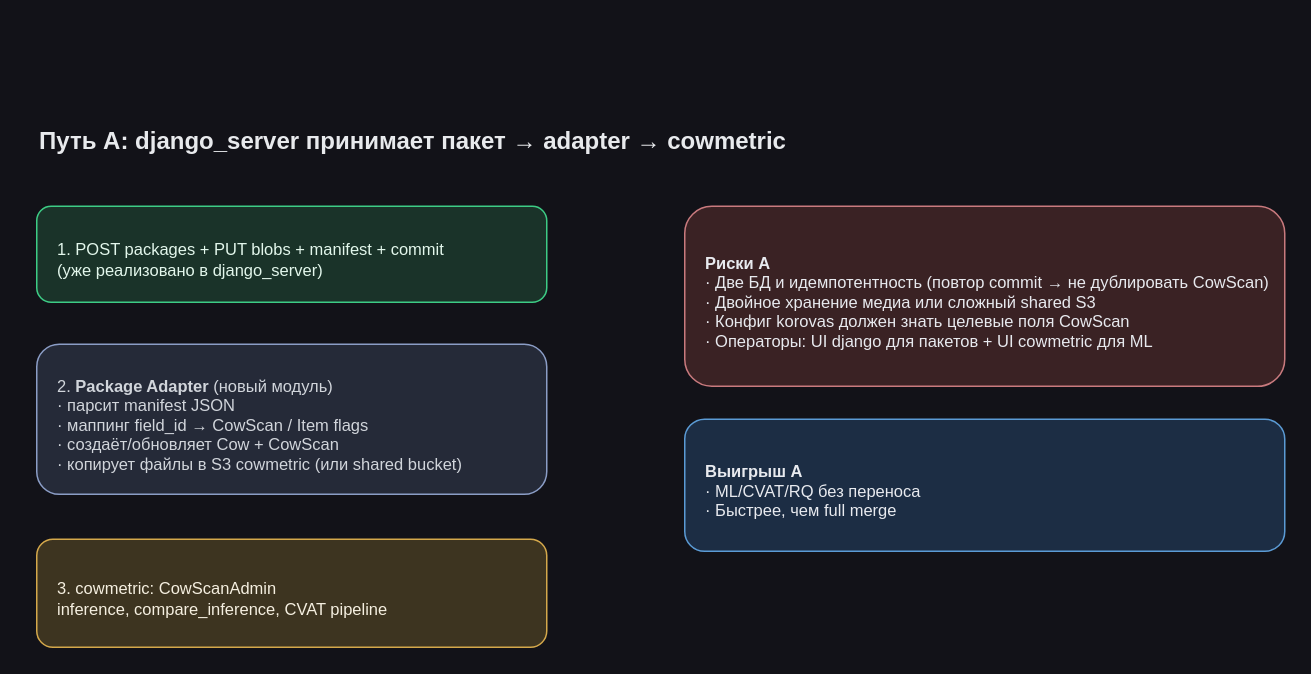
Earlier version of the draw.io diagram page "Путь A — adapter" (3 of 5) of specs/main-scheme/06-admin-cowmetric-vs-django.drawio (epoch8/data-collector). Source tidied: cells renumbered, new cells numbered last; positions are measured from the earlier drawing's top-left corner, leaving out a move shared by most shapes. Both pictures are drawn from the tidied source at 150%, with x=0, y=0 at pixel (36, 116).
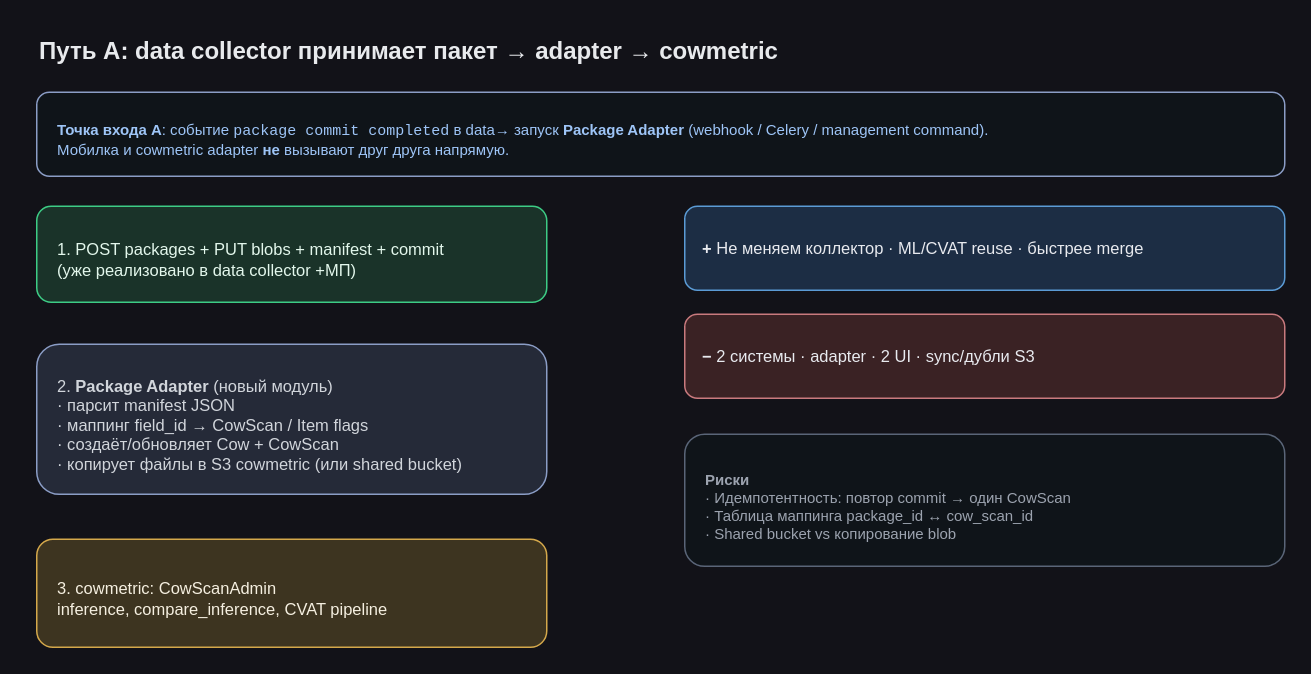
The same diagram, later.

Change to the diagram source:
```diff
@@
 <mxGraphModel background="#121218">
   <root>
     <mxCell id="0" />
     <mxCell id="1" parent="0" />
-    <mxCell id="2" value="Путь A: django_server принимает пакет → adapter → cowmetric" style="text;html=1;strokeColor=none;fillColor=none;align=left;fontSize=16;fontStyle=1;fontColor=#E8EAED;" parent="1" vertex="1">
-      <mxGeometry width="720" height="36" as="geometry" />
+    <mxCell id="2" value="Путь A: data collector принимает пакет → adapter → cowmetric" style="text;html=1;strokeColor=none;fillColor=none;align=left;fontSize=16;fontStyle=1;fontColor=#E8EAED;" parent="1" vertex="1">
+      <mxGeometry y="-60" width="720" height="36" as="geometry" />
     </mxCell>
+    <mxCell id="10" value="&lt;b&gt;Точка входа A&lt;/b&gt;: событие &lt;code&gt;package commit completed&lt;/code&gt; в data→ запуск &lt;b&gt;Package Adapter&lt;/b&gt; (webhook / Celery / management command).&lt;br&gt;Мобилка и cowmetric adapter &lt;b&gt;не&lt;/b&gt; вызывают друг друга напрямую." style="rounded=1;whiteSpace=wrap;html=1;align=left;spacingLeft=12;spacingTop=8;fillColor=#0f1419;strokeColor=#8B9DC6;fontColor=#9EC5F7;fontSize=10;" parent="1" vertex="1">
+      <mxGeometry y="-16" width="832" height="56" as="geometry" />
+    </mxCell>
-    <mxCell id="3" value="1. POST packages + PUT blobs + manifest + commit&#10;(уже реализовано в django_server)" style="rounded=1;whiteSpace=wrap;html=1;align=left;spacingLeft=12;spacingTop=8;fillColor=#1a3329;strokeColor=#3DCC85;fontColor=#E3F7EC;fontSize=11;" parent="1" vertex="1">
+    <mxCell id="3" value="1. POST packages + PUT blobs + manifest + commit&lt;br&gt;(уже реализовано в data collector +МП)" style="rounded=1;whiteSpace=wrap;html=1;align=left;spacingLeft=12;spacingTop=8;fillColor=#1a3329;strokeColor=#3DCC85;fontColor=#E3F7EC;fontSize=11;" parent="1" vertex="1">
       <mxGeometry y="60" width="340" height="64" as="geometry" />
     </mxCell>
     <mxCell id="4" value="2. &lt;b&gt;Package Adapter&lt;/b&gt; (новый модуль)&#10;· парсит manifest JSON&#10;· маппинг field_id → CowScan / Item flags&#10;· создаёт/обновляет Cow + CowScan&#10;· копирует файлы в S3 cowmetric (или shared bucket)" style="rounded=1;whiteSpace=wrap;html=1;align=left;spacingLeft=12;spacingTop=8;fillColor=#252a38;strokeColor=#8B9DC6;fontColor=#D1D5DB;fontSize=11;" parent="1" vertex="1">
       <mxGeometry y="152" width="340" height="100" as="geometry" />
     </mxCell>
     <mxCell id="5" value="3. cowmetric: CowScanAdmin&#10;inference, compare_inference, CVAT pipeline" style="rounded=1;whiteSpace=wrap;html=1;align=left;spacingLeft=12;spacingTop=8;fillColor=#3d3420;strokeColor=#D4A84B;fontColor=#F5EFE0;fontSize=11;" parent="1" vertex="1">
       <mxGeometry y="282" width="340" height="72" as="geometry" />
     </mxCell>
+    <mxCell id="11" value="&lt;b&gt;+&lt;/b&gt;&amp;nbsp;Не меняем коллектор · ML/CVAT reuse · быстрее merge" style="rounded=1;whiteSpace=wrap;html=1;align=left;spacingLeft=10;fillColor=#1c2d44;strokeColor=#5b9bd5;fontColor=#e8eaef;fontSize=11;" parent="1" vertex="1">
+      <mxGeometry x="432" y="60" width="400" height="56" as="geometry" />
+    </mxCell>
+    <mxCell id="12" value="&lt;b&gt;−&lt;/b&gt; 2 системы · adapter · 2 UI · sync/дубли S3" style="rounded=1;whiteSpace=wrap;html=1;align=left;spacingLeft=10;fillColor=#3a2224;strokeColor=#c97a7e;fontColor=#e8eaef;fontSize=11;" parent="1" vertex="1">
+      <mxGeometry x="432" y="132" width="400" height="56" as="geometry" />
+    </mxCell>
-    <mxCell id="6" value="&lt;b&gt;Риски A&lt;/b&gt;&lt;br&gt;· Две БД и идемпотентность (повтор commit → не дублировать CowScan)&lt;br&gt;· Двойное хранение медиа или сложный shared S3&lt;br&gt;· Конфиг korovas должен знать целевые поля CowScan&lt;br&gt;· Операторы: UI django для пакетов + UI cowmetric для ML" style="rounded=1;whiteSpace=wrap;html=1;align=left;spacingLeft=12;spacingTop=8;fillColor=#3a2224;strokeColor=#c97a7e;fontColor=#e8eaef;fontSize=11;" parent="1" vertex="1">
-      <mxGeometry x="432" y="60" width="400" height="120" as="geometry" />
+    <mxCell id="6" value="&lt;b&gt;Риски&lt;/b&gt;&lt;br&gt;· Идемпотентность: повтор commit → один CowScan&lt;br&gt;· Таблица маппинга package_id ↔ cow_scan_id&lt;br&gt;· Shared bucket vs копирование blob" style="rounded=1;whiteSpace=wrap;html=1;align=left;spacingLeft=12;spacingTop=8;fillColor=#0f1419;strokeColor=#5a6578;fontColor=#9CA3AF;fontSize=10;" parent="1" vertex="1">
+      <mxGeometry x="432" y="212" width="400" height="88" as="geometry" />
     </mxCell>
-    <mxCell id="7" value="&lt;b&gt;Выигрыш A&lt;/b&gt;&lt;br&gt;· ML/CVAT/RQ без переноса&lt;br&gt;· Быстрее, чем full merge" style="rounded=1;whiteSpace=wrap;html=1;align=left;spacingLeft=12;spacingTop=8;fillColor=#1c2d44;strokeColor=#5b9bd5;fontColor=#e8eaef;fontSize=11;" parent="1" vertex="1">
-      <mxGeometry x="432" y="202" width="400" height="88" as="geometry" />
-    </mxCell>
     <mxCell id="8" style="edgeStyle=orthogonalEdgeStyle;rounded=1;html=1;strokeColor=#7D8FA9;endArrow=blockThin;" parent="1" edge="1" source="3" target="4" />
     <mxCell id="9" style="edgeStyle=orthogonalEdgeStyle;rounded=1;html=1;strokeColor=#D4A84B;endArrow=blockThin;" parent="1" edge="1" source="4" target="5" />
   </root>
 </mxGraphModel>
```
